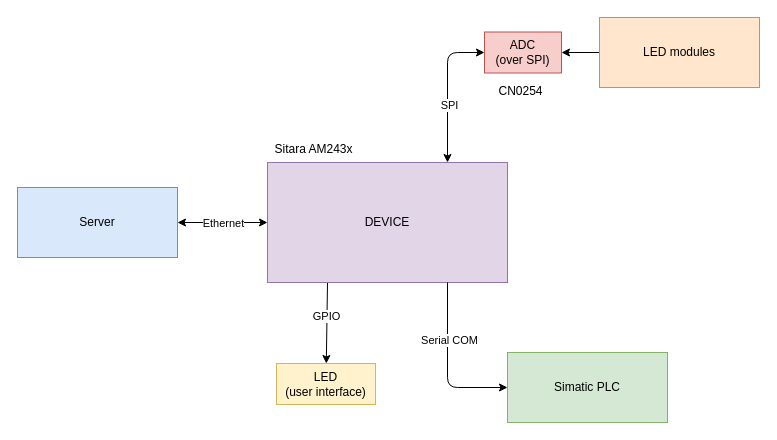
Earlier version of the draw.io diagram schematic/04-hw-design.drawio (petrkucerak/diplom-thesis). Source tidied: cells renumbered, new cells numbered last; positions are measured from the earlier drawing's top-left corner, leaving out a move shared by most shapes. Both pictures are drawn from the tidied source at 100%, with x=0, y=0 at pixel (17, 17).
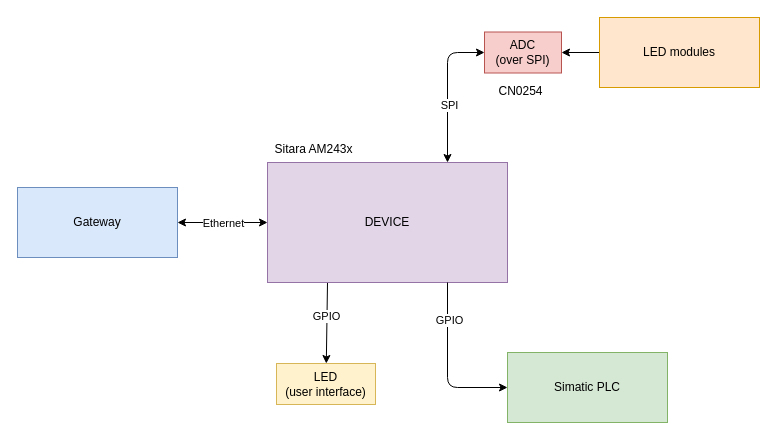
The same diagram, later.

The change refers to these unchanged cells:
```xml
<mxCell id="11" style="edgeStyle=orthogonalEdgeStyle;html=1;exitX=0;exitY=0.5;exitDx=0;exitDy=0;startArrow=classic;startFill=1;entryX=0.75;entryY=1;entryDx=0;entryDy=0;endArrow=none;endFill=0;" parent="1" edge="1" source="7" target="4">
  <mxGeometry relative="1" as="geometry" />
</mxCell>
```

The edit, as a diff of the source:
```diff
@@
-    <mxCell id="10" value="Server" style="rounded=0;whiteSpace=wrap;html=1;fillColor=#dae8fc;strokeColor=#6c8ebf;" parent="1" vertex="1">
+    <mxCell id="10" value="Gateway" style="rounded=0;whiteSpace=wrap;html=1;fillColor=#dae8fc;strokeColor=#6c8ebf;" parent="1" vertex="1">
       <mxGeometry y="170" width="160" height="70" as="geometry" />
     </mxCell>
@@
-    <mxCell id="12" value="Serial COM" style="edgeLabel;html=1;align=center;verticalAlign=middle;" parent="11" vertex="1">
-      <mxGeometry x="0.31" y="-1" relative="1" as="geometry" />
+    <mxCell id="12" value="GPIO" style="edgeLabel;html=1;align=center;verticalAlign=middle;" parent="11" vertex="1">
+      <mxGeometry x="0.31" y="-1" relative="1" as="geometry">
+        <mxPoint y="-20" as="offset" />
+      </mxGeometry>
     </mxCell>
```
